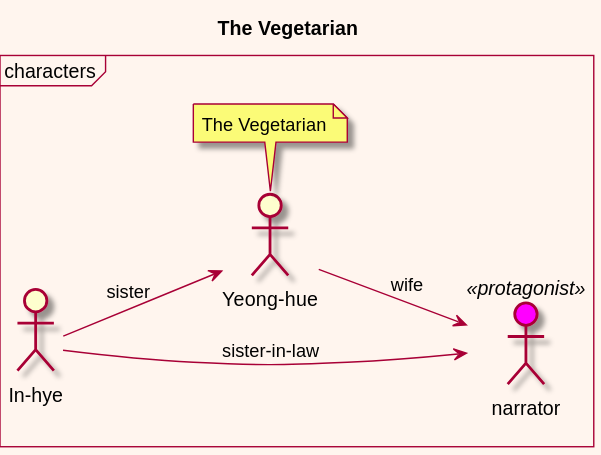
Before: The Vegetarian/The Vegetarian-The_Vegetarian.svg, a diagram exported from PlantUML (olek3/reading).
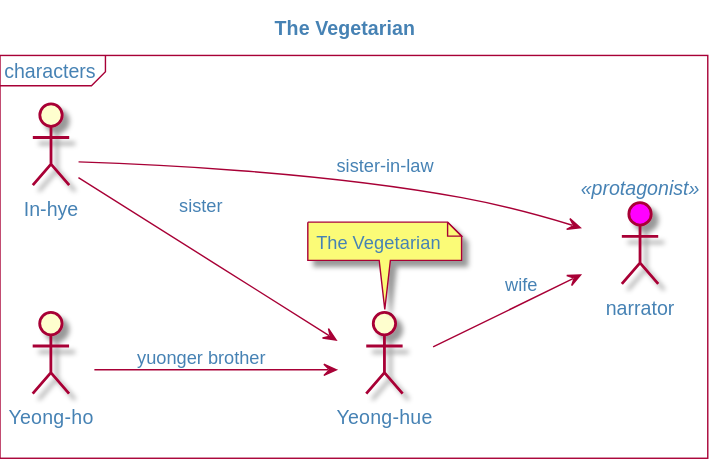
The same file after the commit.

The edit, as a diff of the source:
```diff
@@ -2,7 +2,8 @@
 !$stylePath = "https://raw.githubusercontent.com/olek3/plantuml-includes/refs/heads/main/iuml"
 
 !include $stylePath/reading.iuml
-
+skinparam backgroundcolor transparent
+skinparam defaultfontcolor steelblue
 title The Vegetarian
 mainframe characters
 
@@ -18,4 +19,8 @@
 
 sister --> vegetarian : sister
 sister --> narrator : sister-in-law
+
+:Yeong-ho: as brother
+
+brother --> vegetarian : yuonger brother
 @enduml
```
